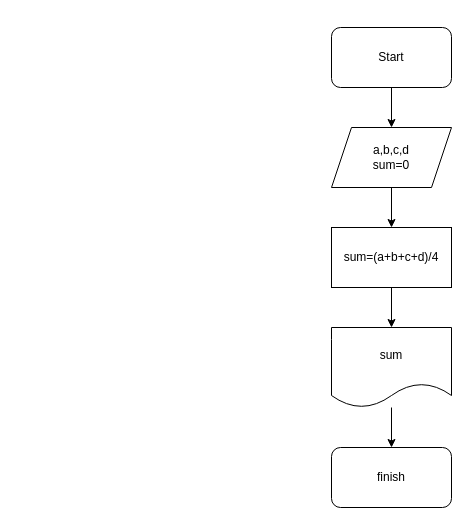
Earlier version of the draw.io diagram page "Домашнее задание 1 (Задание 3)" (4 of 5) of Задание 1.drawio (LatyshevNA/diagrams). Source tidied: cells renumbered, new cells numbered last; positions are measured from the earlier drawing's top-left corner, leaving out a move shared by most shapes. Both pictures are drawn from the tidied source at 100%, with x=0, y=0 at pixel (331, 27).
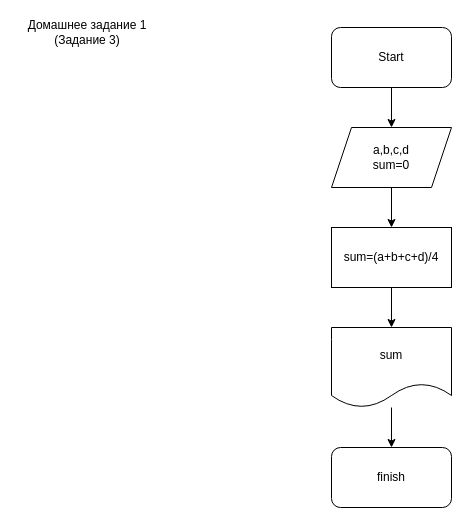
Above is the later version.

The edit, as a diff of the source:
```diff
@@
 <mxGraphModel>
   <root>
     <mxCell id="0" />
     <mxCell id="1" parent="0" />
     <mxCell id="2" style="edgeStyle=orthogonalEdgeStyle;rounded=0;jettySize=auto;html=1;" parent="1" edge="1" source="3" target="5">
       <mxGeometry relative="1" as="geometry" />
     </mxCell>
     <mxCell id="3" value="Start" style="rounded=1;whiteSpace=wrap;html=1;" parent="1" vertex="1">
       <mxGeometry width="120" height="60" as="geometry" />
     </mxCell>
     <mxCell id="4" style="edgeStyle=orthogonalEdgeStyle;rounded=0;jettySize=auto;html=1;" parent="1" edge="1" source="5" target="7">
       <mxGeometry relative="1" as="geometry" />
     </mxCell>
     <mxCell id="5" value="a,b,c,d&lt;br&gt;&lt;div&gt;sum=0&lt;/div&gt;" style="shape=parallelogram;perimeter=parallelogramPerimeter;whiteSpace=wrap;html=1;fixedSize=1;" parent="1" vertex="1">
       <mxGeometry y="100" width="120" height="60" as="geometry" />
     </mxCell>
     <mxCell id="6" style="edgeStyle=orthogonalEdgeStyle;rounded=0;jettySize=auto;html=1;" parent="1" edge="1" source="7" target="9">
       <mxGeometry relative="1" as="geometry" />
     </mxCell>
     <mxCell id="7" value="sum=(a+b+c+d)/4" style="whiteSpace=wrap;html=1;" parent="1" vertex="1">
       <mxGeometry y="200" width="120" height="60" as="geometry" />
     </mxCell>
     <mxCell id="8" style="edgeStyle=orthogonalEdgeStyle;rounded=0;jettySize=auto;html=1;" parent="1" edge="1" source="9" target="10">
       <mxGeometry relative="1" as="geometry" />
     </mxCell>
     <mxCell id="9" value="sum" style="shape=document;whiteSpace=wrap;html=1;boundedLbl=1;" parent="1" vertex="1">
       <mxGeometry y="300" width="120" height="80" as="geometry" />
     </mxCell>
     <mxCell id="10" value="finish" style="rounded=1;whiteSpace=wrap;html=1;" parent="1" vertex="1">
       <mxGeometry y="420" width="120" height="60" as="geometry" />
     </mxCell>
+    <mxCell id="11" value="Домашнее задание 1 (Задание 3)" style="text;html=1;strokeColor=none;fillColor=none;align=center;verticalAlign=middle;whiteSpace=wrap;rounded=0;" parent="1" vertex="1">
+      <mxGeometry x="-314" y="-10" width="140" height="30" as="geometry" />
+    </mxCell>
   </root>
 </mxGraphModel>
```
